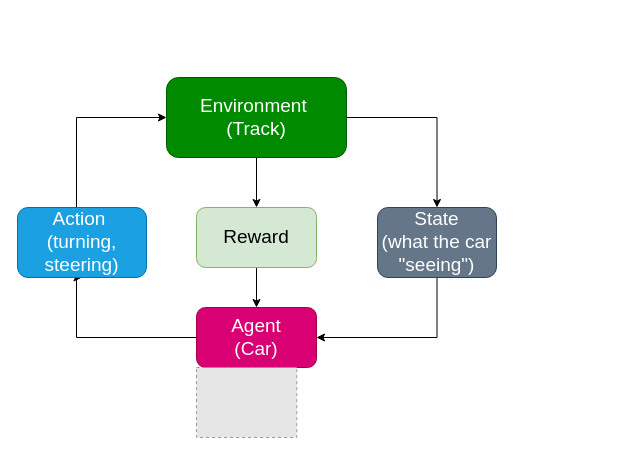
The draw.io diagram source/Untitled Diagram.drawio in digixc/AQA-A-NEA, before the edit. Source tidied: cells renumbered, new cells numbered last; positions are measured from the earlier drawing's top-left corner, leaving out a move shared by most shapes. Both pictures are drawn from the tidied source at 100%, with x=0, y=0 at pixel (17, 77). Pictures stored in the file or linked from it are replaced by grey dashed boxes.
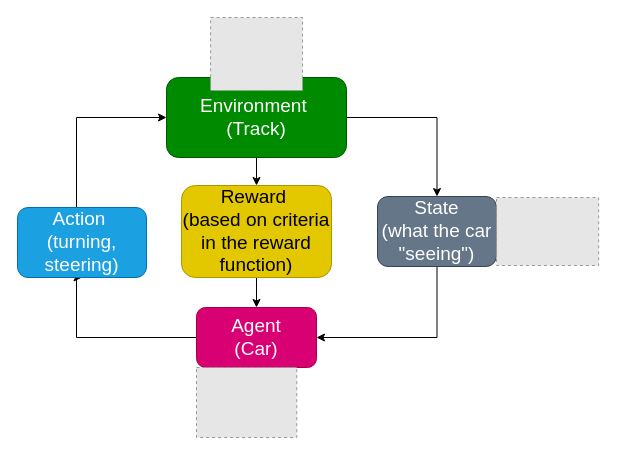
The same page after the edit.

Change to the diagram source:
```diff
@@
 <mxGraphModel>
   <root>
     <mxCell id="0" />
     <mxCell id="1" parent="0" />
     <mxCell id="2" style="edgeStyle=orthogonalEdgeStyle;rounded=0;jettySize=auto;html=1;fontSize=19;" parent="1" edge="1" source="4" target="6">
       <mxGeometry relative="1" as="geometry" />
     </mxCell>
     <mxCell id="3" style="edgeStyle=orthogonalEdgeStyle;rounded=0;jettySize=auto;html=1;fontSize=19;entryX=0.5;entryY=0;entryDx=0;entryDy=0;" parent="1" edge="1" source="4" target="12">
       <mxGeometry relative="1" as="geometry" />
     </mxCell>
     <mxCell id="4" value="Environment&amp;nbsp;&lt;br&gt;(Track)" style="rounded=1;whiteSpace=wrap;html=1;fillColor=#008a00;strokeColor=#005700;fontSize=19;fontColor=#ffffff;" parent="1" vertex="1">
       <mxGeometry x="149" width="180" height="80" as="geometry" />
     </mxCell>
     <mxCell id="5" style="edgeStyle=orthogonalEdgeStyle;rounded=0;jettySize=auto;html=1;fontSize=19;" parent="1" edge="1" source="6" target="8">
       <mxGeometry relative="1" as="geometry" />
     </mxCell>
-    <mxCell id="6" value="Reward" style="rounded=1;whiteSpace=wrap;html=1;fillColor=#d5e8d4;strokeColor=#82b366;fontSize=19;" parent="1" vertex="1">
-      <mxGeometry x="179" y="130" width="120" height="60" as="geometry" />
+    <mxCell id="6" value="Reward&amp;nbsp;&lt;br&gt;(based on criteria in the reward function)" style="rounded=1;whiteSpace=wrap;html=1;fillColor=#e3c800;strokeColor=#B09500;fontSize=19;fontColor=#000000;" parent="1" vertex="1">
+      <mxGeometry x="164" y="108" width="150" height="92" as="geometry" />
     </mxCell>
     <mxCell id="7" style="edgeStyle=orthogonalEdgeStyle;rounded=0;jettySize=auto;html=1;exitX=0;exitY=0.5;exitDx=0;exitDy=0;entryX=0.5;entryY=1;entryDx=0;entryDy=0;fontSize=19;" parent="1" edge="1" source="8" target="10">
       <mxGeometry relative="1" as="geometry">
         <Array as="points">
           <mxPoint x="59" y="260" />
         </Array>
       </mxGeometry>
     </mxCell>
     <mxCell id="8" value="Agent&lt;br&gt;(Car)" style="rounded=1;whiteSpace=wrap;html=1;fontSize=19;fillColor=#d80073;strokeColor=#A50040;fontColor=#ffffff;" parent="1" vertex="1">
       <mxGeometry x="179" y="230" width="120" height="60" as="geometry" />
     </mxCell>
     <mxCell id="9" style="edgeStyle=orthogonalEdgeStyle;rounded=0;jettySize=auto;html=1;exitX=0.5;exitY=0;exitDx=0;exitDy=0;fontSize=19;" parent="1" edge="1" source="10" target="4">
       <mxGeometry relative="1" as="geometry">
         <Array as="points">
           <mxPoint x="59" y="40" />
         </Array>
       </mxGeometry>
     </mxCell>
     <mxCell id="10" value="Action&amp;nbsp;&lt;br&gt;(turning, steering)" style="rounded=1;whiteSpace=wrap;html=1;fontSize=19;fillColor=#1ba1e2;fontColor=#ffffff;strokeColor=#006EAF;" parent="1" vertex="1">
       <mxGeometry y="130" width="129" height="70" as="geometry" />
     </mxCell>
     <mxCell id="11" style="edgeStyle=orthogonalEdgeStyle;rounded=0;jettySize=auto;html=1;entryX=1;entryY=0.5;entryDx=0;entryDy=0;fontSize=19;" parent="1" edge="1" source="12" target="8">
       <mxGeometry relative="1" as="geometry">
         <Array as="points">
           <mxPoint x="419" y="260" />
         </Array>
       </mxGeometry>
     </mxCell>
     <mxCell id="12" value="State&lt;br&gt;(what the car &quot;seeing&quot;)" style="rounded=1;whiteSpace=wrap;html=1;fontSize=19;fillColor=#647687;fontColor=#ffffff;strokeColor=#314354;" parent="1" vertex="1">
-      <mxGeometry x="360" y="130" width="119" height="70" as="geometry" />
+      <mxGeometry x="360" y="119" width="119" height="70" as="geometry" />
     </mxCell>
     <mxCell id="13" style="fillColor=#E6E6E6;strokeColor=#999999;dashed=1;verticalLabelPosition=bottom;labelBackgroundColor=default;verticalAlign=top;" parent="1" vertex="1">
       <mxGeometry x="179" y="290" width="100.3" height="70" as="geometry" />
     </mxCell>
+    <mxCell id="14" style="fillColor=#E6E6E6;strokeColor=#999999;dashed=1;verticalLabelPosition=bottom;labelBackgroundColor=default;verticalAlign=top;" parent="1" vertex="1">
+      <mxGeometry x="479" y="120" width="102.2" height="68" as="geometry" />
+    </mxCell>
+    <mxCell id="15" style="fillColor=#E6E6E6;strokeColor=#999999;dashed=1;verticalLabelPosition=bottom;labelBackgroundColor=default;verticalAlign=top;" parent="1" vertex="1">
+      <mxGeometry x="193.1" y="-60" width="91.9" height="73" as="geometry" />
+    </mxCell>
   </root>
 </mxGraphModel>
```
